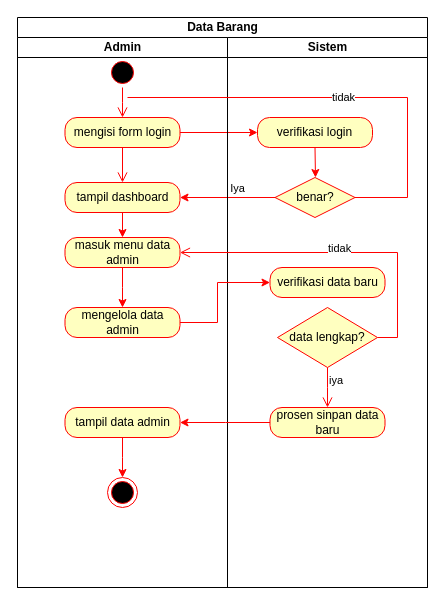
Before: activity diagram data produk.drawio in zzarr/SC, a draw.io diagram. Source tidied: cells renumbered, new cells numbered last; positions are measured from the earlier drawing's top-left corner, leaving out a move shared by most shapes. Both pictures are drawn from the tidied source at 100%, with x=0, y=0 at pixel (17, 17).
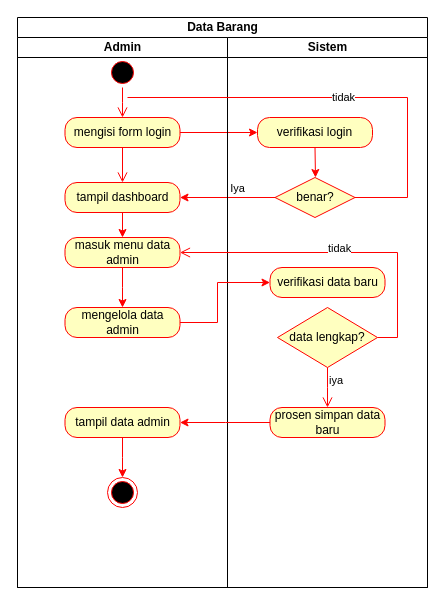
Above is the later version.

The change refers to these unchanged cells:
```xml
<mxCell id="19" value="Sistem" style="swimlane;startSize=20;html=1;" parent="2" vertex="1">
  <mxGeometry x="210" y="20" width="200" height="550" as="geometry" />
</mxCell>
```

Change to the diagram source:
```diff
@@
-    <mxCell id="26" value="prosen sinpan data baru" style="rounded=1;whiteSpace=wrap;html=1;arcSize=40;fontColor=#000000;fillColor=#ffffc0;strokeColor=#ff0000;" parent="19" vertex="1">
+    <mxCell id="26" value="prosen simpan data baru" style="rounded=1;whiteSpace=wrap;html=1;arcSize=40;fontColor=#000000;fillColor=#ffffc0;strokeColor=#ff0000;" parent="19" vertex="1">
       <mxGeometry x="42.5" y="370" width="115" height="30" as="geometry" />
     </mxCell>
```
